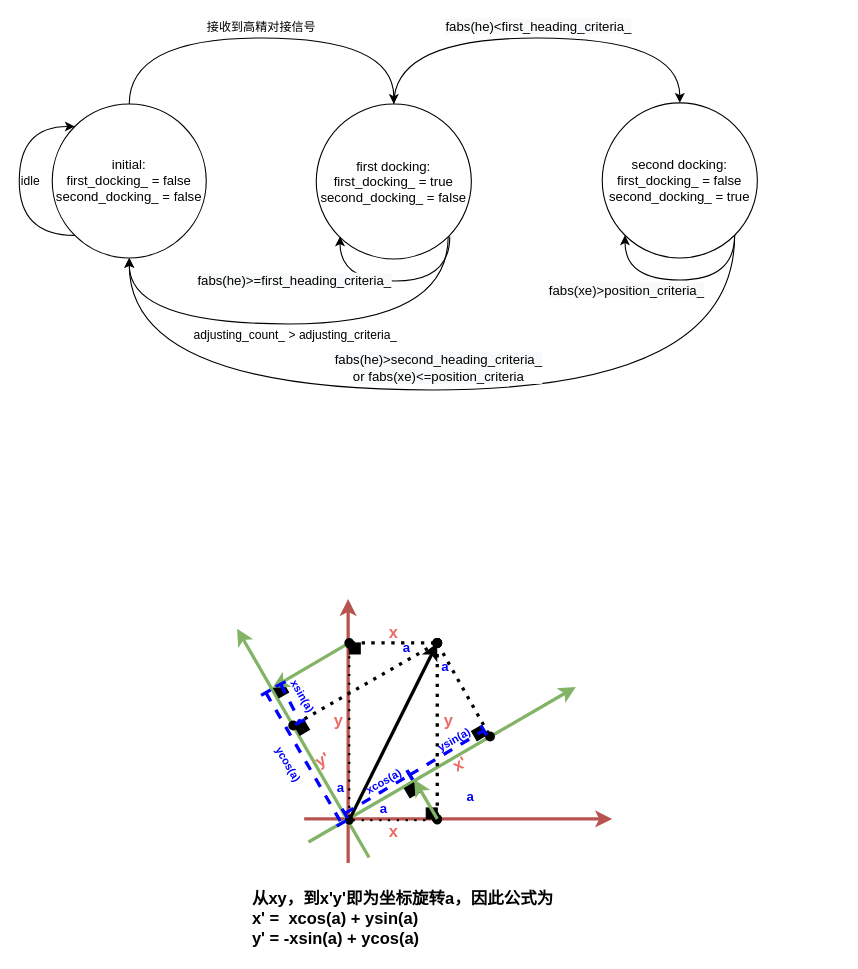
This is page "statemachine" (2 of 2) of precise_docking.drawio from Thousandsuny/Learning, a draw.io file, before an edit. Source tidied: cells renumbered, new cells numbered last; positions are measured from the earlier drawing's top-left corner, leaving out a move shared by most shapes. Both pictures are drawn from the tidied source at 110%, with x=0, y=0 at pixel (19, 37).
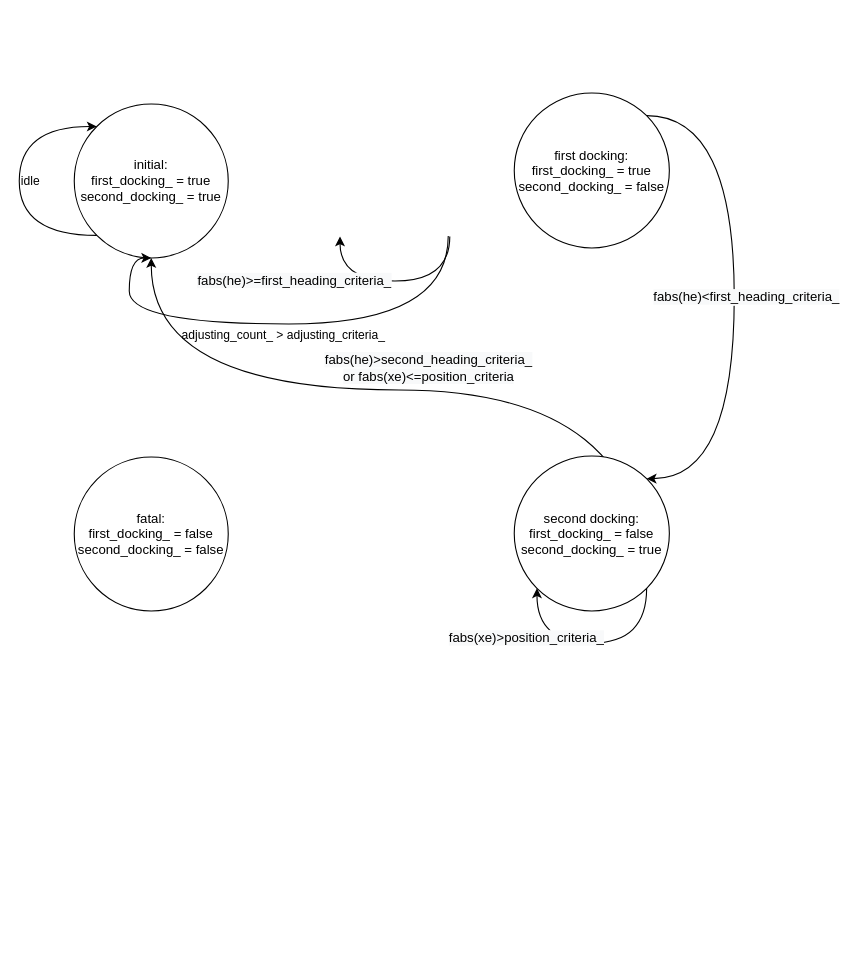
After the change.

Diff of the diagram source:
```diff
@@
-    <mxCell id="2" value="接收到高精对接信号" style="edgeStyle=orthogonalEdgeStyle;rounded=0;jettySize=auto;html=1;exitX=0.5;exitY=0;exitDx=0;exitDy=0;entryX=0.5;entryY=0;entryDx=0;entryDy=0;fontColor=#000000;curved=1;" parent="1" edge="1" source="3" target="6">
-      <mxGeometry y="10" relative="1" as="geometry">
-        <Array as="points">
-          <mxPoint x="100" />
-          <mxPoint x="341" />
-        </Array>
-      </mxGeometry>
-    </mxCell>
-    <mxCell id="3" value="&lt;font color=&quot;#000000&quot;&gt;initial:&lt;br&gt;&lt;/font&gt;&lt;span style=&quot;color: rgb(0, 0, 0); text-align: left;&quot;&gt;first_docking_ = false&lt;/span&gt;&lt;br style=&quot;color: rgb(0, 0, 0); text-align: left;&quot;&gt;&lt;span style=&quot;color: rgb(0, 0, 0); text-align: left;&quot;&gt;second_docking_ = false&lt;/span&gt;&lt;font color=&quot;#000000&quot;&gt;&lt;br&gt;&lt;/font&gt;" style="ellipse;whiteSpace=wrap;html=1;fontColor=#00FF00;" parent="1" vertex="1">
-      <mxGeometry x="30" y="60" width="140" height="140" as="geometry" />
+    <mxCell id="3" value="&lt;font color=&quot;#000000&quot;&gt;initial:&lt;br&gt;&lt;/font&gt;&lt;span style=&quot;color: rgb(0, 0, 0); text-align: left;&quot;&gt;first_docking_ = true&lt;/span&gt;&lt;br style=&quot;color: rgb(0, 0, 0); text-align: left;&quot;&gt;&lt;span style=&quot;color: rgb(0, 0, 0); text-align: left;&quot;&gt;second_docking_ = true&lt;/span&gt;&lt;font color=&quot;#000000&quot;&gt;&lt;br&gt;&lt;/font&gt;" style="ellipse;whiteSpace=wrap;html=1;fontColor=#00FF00;" parent="1" vertex="1">
+      <mxGeometry x="50" y="60" width="140" height="140" as="geometry" />
     </mxCell>
@@
-    <mxCell id="5" value="&lt;span style=&quot;color: rgb(0, 0, 0); font-family: Helvetica; font-size: 12px; font-style: normal; font-variant-ligatures: normal; font-variant-caps: normal; font-weight: 400; letter-spacing: normal; orphans: 2; text-align: center; text-indent: 0px; text-transform: none; widows: 2; word-spacing: 0px; -webkit-text-stroke-width: 0px; background-color: rgb(248, 249, 250); text-decoration-thickness: initial; text-decoration-style: initial; text-decoration-color: initial; float: none; display: inline !important;&quot;&gt;fabs(he)&amp;lt;&lt;/span&gt;&lt;span style=&quot;color: rgb(0, 0, 0); font-family: Helvetica; font-size: 12px; font-style: normal; font-variant-ligatures: normal; font-variant-caps: normal; font-weight: 400; letter-spacing: normal; orphans: 2; text-align: center; text-indent: 0px; text-transform: none; widows: 2; word-spacing: 0px; -webkit-text-stroke-width: 0px; background-color: rgb(248, 249, 250); text-decoration-thickness: initial; text-decoration-style: initial; text-decoration-color: initial; float: none; display: inline !important;&quot;&gt;first_heading_criteria_&lt;/span&gt;" style="edgeStyle=orthogonalEdgeStyle;curved=1;rounded=0;jettySize=auto;html=1;entryX=0.5;entryY=0;entryDx=0;entryDy=0;fontColor=#000000;exitX=0.5;exitY=0;exitDx=0;exitDy=0;" parent="1" edge="1" source="6" target="9">
+    <mxCell id="5" value="&lt;span style=&quot;color: rgb(0, 0, 0); font-family: Helvetica; font-size: 12px; font-style: normal; font-variant-ligatures: normal; font-variant-caps: normal; font-weight: 400; letter-spacing: normal; orphans: 2; text-align: center; text-indent: 0px; text-transform: none; widows: 2; word-spacing: 0px; -webkit-text-stroke-width: 0px; background-color: rgb(248, 249, 250); text-decoration-thickness: initial; text-decoration-style: initial; text-decoration-color: initial; float: none; display: inline !important;&quot;&gt;fabs(he)&amp;lt;&lt;/span&gt;&lt;span style=&quot;color: rgb(0, 0, 0); font-family: Helvetica; font-size: 12px; font-style: normal; font-variant-ligatures: normal; font-variant-caps: normal; font-weight: 400; letter-spacing: normal; orphans: 2; text-align: center; text-indent: 0px; text-transform: none; widows: 2; word-spacing: 0px; -webkit-text-stroke-width: 0px; background-color: rgb(248, 249, 250); text-decoration-thickness: initial; text-decoration-style: initial; text-decoration-color: initial; float: none; display: inline !important;&quot;&gt;first_heading_criteria_&lt;/span&gt;" style="edgeStyle=orthogonalEdgeStyle;curved=1;rounded=0;jettySize=auto;html=1;entryX=1;entryY=0;entryDx=0;entryDy=0;fontColor=#000000;exitX=1;exitY=0;exitDx=0;exitDy=0;" parent="1" edge="1" source="6" target="9">
       <mxGeometry y="10" relative="1" as="geometry">
         <Array as="points">
-          <mxPoint x="341" />
-          <mxPoint x="601" />
+          <mxPoint x="650" y="71" />
+          <mxPoint x="650" y="401" />
         </Array>
         <mxPoint x="1" as="offset" />
       </mxGeometry>
     </mxCell>
     <mxCell id="6" value="&lt;font color=&quot;#000000&quot;&gt;first&amp;nbsp;docking:&lt;br&gt;&lt;/font&gt;&lt;span style=&quot;color: rgb(0, 0, 0); text-align: left;&quot;&gt;first_docking_ = true&lt;/span&gt;&lt;br style=&quot;color: rgb(0, 0, 0); text-align: left;&quot;&gt;&lt;span style=&quot;color: rgb(0, 0, 0); text-align: left;&quot;&gt;second_docking_ = false&lt;/span&gt;&lt;font color=&quot;#000000&quot;&gt;&lt;br&gt;&lt;/font&gt;" style="ellipse;whiteSpace=wrap;html=1;fontColor=#00FF00;" parent="1" vertex="1">
-      <mxGeometry x="270" y="60" width="141" height="141" as="geometry" />
+      <mxGeometry x="450" y="50" width="141" height="141" as="geometry" />
     </mxCell>
@@
     <mxCell id="8" value="&lt;span style=&quot;font-size: 12px; background-color: rgb(248, 249, 250);&quot;&gt;fabs(he)&amp;gt;&lt;/span&gt;&lt;span style=&quot;font-size: 12px; background-color: rgb(248, 249, 250);&quot;&gt;second_heading_criteria_ &lt;br&gt;or fabs(xe)&amp;lt;=position_criteria&lt;br&gt;&lt;/span&gt;" style="edgeStyle=orthogonalEdgeStyle;curved=1;rounded=0;jettySize=auto;html=1;exitX=1;exitY=1;exitDx=0;exitDy=0;entryX=0.5;entryY=1;entryDx=0;entryDy=0;fontColor=#000000;" parent="1" edge="1" source="9" target="3">
       <mxGeometry x="0.01" y="-20" relative="1" as="geometry">
         <Array as="points">
-          <mxPoint x="650" y="320" />
-          <mxPoint x="100" y="320" />
+          <mxPoint x="570" y="320" />
+          <mxPoint x="120" y="320" />
         </Array>
       </mxGeometry>
     </mxCell>
     <mxCell id="9" value="&lt;font color=&quot;#000000&quot;&gt;second docking:&lt;br&gt;&lt;/font&gt;&lt;span style=&quot;color: rgb(0, 0, 0); text-align: left;&quot;&gt;first_docking_ = false&lt;/span&gt;&lt;br style=&quot;color: rgb(0, 0, 0); text-align: left;&quot;&gt;&lt;span style=&quot;color: rgb(0, 0, 0); text-align: left;&quot;&gt;second_docking_ = true&lt;/span&gt;&lt;font color=&quot;#000000&quot;&gt;&lt;br&gt;&lt;/font&gt;" style="ellipse;whiteSpace=wrap;html=1;fontColor=#00FF00;" parent="1" vertex="1">
-      <mxGeometry x="530" y="59" width="141" height="141" as="geometry" />
+      <mxGeometry x="450" y="380" width="141" height="141" as="geometry" />
     </mxCell>
     <mxCell id="10" value="&lt;span style=&quot;color: rgb(0, 0, 0); font-family: Helvetica; font-size: 12px; font-style: normal; font-variant-ligatures: normal; font-variant-caps: normal; font-weight: 400; letter-spacing: normal; orphans: 2; text-align: center; text-indent: 0px; text-transform: none; widows: 2; word-spacing: 0px; -webkit-text-stroke-width: 0px; background-color: rgb(248, 249, 250); text-decoration-thickness: initial; text-decoration-style: initial; text-decoration-color: initial; float: none; display: inline !important;&quot;&gt;fabs(xe)&amp;gt;&lt;/span&gt;&lt;span style=&quot;color: rgb(0, 0, 0); font-family: Helvetica; font-size: 12px; font-style: normal; font-variant-ligatures: normal; font-variant-caps: normal; font-weight: 400; letter-spacing: normal; orphans: 2; text-align: center; text-indent: 0px; text-transform: none; widows: 2; word-spacing: 0px; -webkit-text-stroke-width: 0px; background-color: rgb(248, 249, 250); text-decoration-thickness: initial; text-decoration-style: initial; text-decoration-color: initial; float: none; display: inline !important;&quot;&gt;position_criteria_&lt;/span&gt;" style="edgeStyle=orthogonalEdgeStyle;curved=1;rounded=0;orthogonalLoop=1;jettySize=auto;html=1;exitX=1;exitY=1;exitDx=0;exitDy=0;entryX=0;entryY=1;entryDx=0;entryDy=0;fontColor=#000000;" parent="1" edge="1" source="9" target="9">
       <mxGeometry x="0.54" y="10" relative="1" as="geometry">
         <Array as="points">
-          <mxPoint x="650" y="220" />
-          <mxPoint x="550" y="220" />
-          <mxPoint x="550" y="179" />
+          <mxPoint x="570" y="550" />
+          <mxPoint x="471" y="550" />
         </Array>
       </mxGeometry>
     </mxCell>
@@
-    <mxCell id="12" style="group;" parent="1" vertex="1">
-      <mxGeometry x="210" y="510" width="329" height="320" as="geometry" />
-    </mxCell>
-    <mxCell id="13" style="group;" parent="12" vertex="1">
-      <mxGeometry x="49" width="280" height="240" as="geometry" />
-    </mxCell>
-    <mxCell id="14" style="endArrow=classic;html=1;rounded=0;fontSize=10;fillColor=#f8cecc;strokeColor=#b85450;strokeWidth=3;" parent="13" edge="1">
-      <mxGeometry relative="1" as="geometry">
-        <mxPoint x="40" y="240" as="sourcePoint" />
-        <mxPoint x="40" as="targetPoint" />
-      </mxGeometry>
-    </mxCell>
-    <mxCell id="15" style="endArrow=classic;html=1;rounded=0;fontSize=10;fillColor=#f8cecc;strokeColor=#b85450;strokeWidth=3;" parent="13" edge="1">
-      <mxGeometry relative="1" as="geometry">
-        <mxPoint y="200" as="sourcePoint" />
-        <mxPoint x="280" y="200" as="targetPoint" />
-      </mxGeometry>
-    </mxCell>
-    <mxCell id="16" style="group;rotation=-30;direction=west;" parent="13" vertex="1">
-      <mxGeometry x="-54" y="-39" width="280" height="260" as="geometry" />
-    </mxCell>
-    <mxCell id="17" style="endArrow=classic;html=1;rounded=0;fontSize=10;strokeWidth=3;fillColor=#d5e8d4;strokeColor=#82b366;" parent="16" edge="1">
-      <mxGeometry relative="1" as="geometry">
-        <mxPoint x="58" y="260" as="sourcePoint" />
-        <mxPoint x="301" y="119" as="targetPoint" />
-      </mxGeometry>
-    </mxCell>
-    <mxCell id="18" style="endArrow=classic;html=1;rounded=0;fontSize=10;fillColor=#d5e8d4;strokeColor=#82b366;strokeWidth=3;" parent="16" edge="1">
-      <mxGeometry relative="1" as="geometry">
-        <mxPoint x="113" y="274" as="sourcePoint" />
-        <mxPoint x="-7" y="66" as="targetPoint" />
-      </mxGeometry>
-    </mxCell>
-    <mxCell id="19" style="endArrow=classic;html=1;rounded=0;shadow=0;sketch=0;fontSize=10;strokeColor=default;strokeWidth=3;jumpStyle=none;" parent="16" edge="1">
-      <mxGeometry relative="1" as="geometry">
-        <mxPoint x="95" y="240" as="sourcePoint" />
-        <mxPoint x="175" y="79" as="targetPoint" />
-      </mxGeometry>
-    </mxCell>
-    <mxCell id="20" value="&lt;font style=&quot;font-size: 12px&quot; color=&quot;#0000ff&quot;&gt;&lt;b&gt;a&lt;/b&gt;&lt;/font&gt;" style="text;html=1;align=center;verticalAlign=middle;strokeColor=none;fillColor=none;fontSize=10;" parent="16" vertex="1">
-      <mxGeometry x="195" y="209" width="20" height="20" as="geometry" />
-    </mxCell>
-    <mxCell id="21" style="endArrow=oval;dashed=1;html=1;dashPattern=1 2;strokeWidth=3;rounded=0;shadow=0;sketch=0;fontSize=10;curved=1;jumpStyle=arc;endFill=1;startArrow=oval;startFill=1;strokeColor=#000000;fillColor=#d5e8d4;" parent="16" edge="1">
-      <mxGeometry relative="1" as="geometry">
-        <mxPoint x="175" y="239" as="sourcePoint" />
-        <mxPoint x="175" y="79" as="targetPoint" />
-      </mxGeometry>
-    </mxCell>
-    <mxCell id="22" style="endArrow=oval;dashed=1;html=1;dashPattern=1 3;strokeWidth=2;rounded=0;shadow=0;sketch=0;fontSize=10;curved=1;jumpStyle=arc;endFill=1;startArrow=oval;startFill=1;" parent="16" edge="1">
-      <mxGeometry relative="1" as="geometry">
-        <mxPoint x="95" y="240" as="sourcePoint" />
-        <mxPoint x="95" y="80" as="targetPoint" />
-      </mxGeometry>
-    </mxCell>
-    <mxCell id="23" style="endArrow=oval;dashed=1;html=1;dashPattern=1 3;strokeWidth=2;rounded=0;shadow=0;sketch=0;fontSize=10;curved=1;jumpStyle=arc;endFill=1;startArrow=oval;startFill=1;" parent="16" edge="1">
-      <mxGeometry relative="1" as="geometry">
-        <mxPoint x="175" y="240" as="sourcePoint" />
-        <mxPoint x="95" y="240" as="targetPoint" />
-      </mxGeometry>
-    </mxCell>
-    <mxCell id="24" value="&lt;font style=&quot;font-size: 15px&quot; color=&quot;#ea6b66&quot;&gt;&lt;b&gt;y&lt;/b&gt;&lt;/font&gt;" style="text;html=1;align=center;verticalAlign=middle;strokeColor=none;fillColor=none;fontSize=10;" parent="16" vertex="1">
-      <mxGeometry x="75" y="139" width="20" height="20" as="geometry" />
-    </mxCell>
-    <mxCell id="25" value="&lt;font style=&quot;font-size: 15px&quot; color=&quot;#ea6b66&quot;&gt;&lt;b&gt;x&lt;/b&gt;&lt;/font&gt;" style="text;html=1;align=center;verticalAlign=middle;strokeColor=none;fillColor=none;fontSize=10;" parent="16" vertex="1">
-      <mxGeometry x="125" y="59" width="20" height="20" as="geometry" />
-    </mxCell>
-    <mxCell id="26" value="&lt;font style=&quot;font-size: 15px&quot; color=&quot;#ea6b66&quot;&gt;&lt;b&gt;y&lt;/b&gt;&lt;/font&gt;" style="text;html=1;align=center;verticalAlign=middle;strokeColor=none;fillColor=none;fontSize=10;" parent="16" vertex="1">
-      <mxGeometry x="175" y="139" width="20" height="20" as="geometry" />
-    </mxCell>
-    <mxCell id="27" value="&lt;font style=&quot;font-size: 15px&quot; color=&quot;#ea6b66&quot;&gt;&lt;b&gt;x&lt;/b&gt;&lt;/font&gt;" style="text;html=1;align=center;verticalAlign=middle;strokeColor=none;fillColor=none;fontSize=10;" parent="16" vertex="1">
-      <mxGeometry x="125" y="240" width="20" height="20" as="geometry" />
-    </mxCell>
-    <mxCell id="28" style="endArrow=oval;html=1;rounded=0;fontSize=10;strokeWidth=3;fillColor=#d5e8d4;strokeColor=#000000;endFill=1;startArrow=oval;startFill=1;dashed=1;dashPattern=1 2;" parent="16" edge="1">
-      <mxGeometry relative="1" as="geometry">
-        <mxPoint x="44" y="154" as="sourcePoint" />
-        <mxPoint x="175" y="79" as="targetPoint" />
-      </mxGeometry>
-    </mxCell>
-    <mxCell id="29" style="endArrow=oval;html=1;rounded=0;fontSize=10;fillColor=#d5e8d4;strokeColor=#000000;strokeWidth=3;endFill=1;startArrow=oval;startFill=1;dashed=1;dashPattern=1 2;" parent="16" edge="1">
-      <mxGeometry relative="1" as="geometry">
-        <mxPoint x="223" y="164" as="sourcePoint" />
-        <mxPoint x="175" y="79" as="targetPoint" />
-      </mxGeometry>
-    </mxCell>
-    <mxCell id="30" style="whiteSpace=wrap;html=1;labelBackgroundColor=#FFFFFF;fontSize=15;fontColor=#EA6B66;fillColor=#000000;" parent="16" vertex="1">
-      <mxGeometry x="165" y="229" width="10" height="10" as="geometry" />
-    </mxCell>
-    <mxCell id="31" style="whiteSpace=wrap;html=1;labelBackgroundColor=#FFFFFF;fontSize=15;fontColor=#EA6B66;fillColor=#000000;" parent="16" vertex="1">
-      <mxGeometry x="95" y="79" width="10" height="10" as="geometry" />
-    </mxCell>
-    <mxCell id="32" style="whiteSpace=wrap;html=1;labelBackgroundColor=#FFFFFF;fontSize=15;fontColor=#EA6B66;fillColor=#000000;rotation=60;" parent="16" vertex="1">
-      <mxGeometry x="208" y="156" width="10" height="10" as="geometry" />
-    </mxCell>
-    <mxCell id="33" value="&lt;font style=&quot;font-size: 15px&quot; color=&quot;#ea6b66&quot;&gt;&lt;b&gt;x'&lt;/b&gt;&lt;/font&gt;" style="text;html=1;align=center;verticalAlign=middle;strokeColor=none;fillColor=none;fontSize=10;rotation=-30;" parent="16" vertex="1">
-      <mxGeometry x="180" y="179" width="30" height="20" as="geometry" />
-    </mxCell>
-    <mxCell id="34" style="whiteSpace=wrap;html=1;labelBackgroundColor=#FFFFFF;fontSize=15;fontColor=#EA6B66;fillColor=#000000;direction=south;rotation=-30;" parent="16" vertex="1">
-      <mxGeometry x="147" y="208" width="10" height="10" as="geometry" />
-    </mxCell>
-    <mxCell id="35" style="endArrow=classic;html=1;rounded=0;fontSize=10;fillColor=#d5e8d4;strokeColor=#82b366;strokeWidth=3;" parent="16" edge="1">
-      <mxGeometry relative="1" as="geometry">
-        <mxPoint x="175" y="239" as="sourcePoint" />
-        <mxPoint x="154" y="203" as="targetPoint" />
-      </mxGeometry>
-    </mxCell>
-    <mxCell id="36" style="whiteSpace=wrap;html=1;labelBackgroundColor=#FFFFFF;fontSize=15;fontColor=#EA6B66;fillColor=#000000;rotation=60;" parent="16" vertex="1">
-      <mxGeometry x="28" y="117" width="10" height="10" as="geometry" />
-    </mxCell>
-    <mxCell id="37" style="endArrow=classic;html=1;rounded=0;fontSize=10;strokeWidth=3;fillColor=#d5e8d4;strokeColor=#82b366;" parent="16" edge="1">
-      <mxGeometry relative="1" as="geometry">
-        <mxPoint x="95" y="79" as="sourcePoint" />
-        <mxPoint x="25" y="120" as="targetPoint" />
-      </mxGeometry>
-    </mxCell>
-    <mxCell id="38" style="endArrow=baseDash;html=1;rounded=0;fontSize=10;strokeWidth=3;fillColor=#d5e8d4;strokeColor=#0000FF;endFill=0;startArrow=baseDash;startFill=0;dashed=1;" parent="16" edge="1">
-      <mxGeometry relative="1" as="geometry">
-        <mxPoint x="91" y="234" as="sourcePoint" />
-        <mxPoint x="150" y="199" as="targetPoint" />
-      </mxGeometry>
-    </mxCell>
-    <mxCell id="39" style="endArrow=baseDash;html=1;rounded=0;fontSize=10;strokeWidth=3;fillColor=#d5e8d4;strokeColor=#0000FF;endFill=0;startArrow=baseDash;startFill=0;dashed=1;entryX=0.5;entryY=0;entryDx=0;entryDy=0;" parent="16" edge="1" target="32">
-      <mxGeometry relative="1" as="geometry">
-        <mxPoint x="150" y="199" as="sourcePoint" />
-      </mxGeometry>
-    </mxCell>
-    <mxCell id="40" value="&lt;font size=&quot;1&quot; color=&quot;#0000ff&quot;&gt;&lt;b&gt;xcos(a)&lt;/b&gt;&lt;/font&gt;" style="text;html=1;align=center;verticalAlign=middle;strokeColor=none;fillColor=none;fontSize=10;rotation=-30;" parent="16" vertex="1">
-      <mxGeometry x="101" y="195" width="50" height="20" as="geometry" />
-    </mxCell>
-    <mxCell id="41" value="&lt;font size=&quot;1&quot; color=&quot;#0000ff&quot;&gt;&lt;b&gt;ysin(a)&lt;/b&gt;&lt;/font&gt;" style="text;html=1;align=center;verticalAlign=middle;strokeColor=none;fillColor=none;fontSize=10;rotation=-30;" parent="16" vertex="1">
-      <mxGeometry x="165" y="157" width="50" height="20" as="geometry" />
-    </mxCell>
-    <mxCell id="42" value="&lt;font style=&quot;font-size: 15px&quot; color=&quot;#ea6b66&quot;&gt;&lt;b&gt;y'&lt;/b&gt;&lt;/font&gt;" style="text;html=1;align=center;verticalAlign=middle;strokeColor=none;fillColor=none;fontSize=10;rotation=-30;" parent="16" vertex="1">
-      <mxGeometry x="55" y="175" width="30" height="20" as="geometry" />
-    </mxCell>
-    <mxCell id="43" value="&lt;font size=&quot;1&quot; color=&quot;#0000ff&quot;&gt;&lt;b&gt;xsin(a)&lt;/b&gt;&lt;/font&gt;" style="text;html=1;align=center;verticalAlign=middle;strokeColor=none;fillColor=none;fontSize=10;rotation=60;" parent="16" vertex="1">
-      <mxGeometry x="28" y="117" width="50" height="20" as="geometry" />
-    </mxCell>
-    <mxCell id="44" value="&lt;font size=&quot;1&quot; color=&quot;#0000ff&quot;&gt;&lt;b&gt;ycos(a)&lt;/b&gt;&lt;/font&gt;" style="text;html=1;align=center;verticalAlign=middle;strokeColor=none;fillColor=none;fontSize=10;rotation=60;" parent="16" vertex="1">
-      <mxGeometry x="15" y="179" width="50" height="20" as="geometry" />
-    </mxCell>
-    <mxCell id="45" value="&lt;font style=&quot;font-size: 12px&quot; color=&quot;#0000ff&quot;&gt;&lt;b&gt;a&lt;/b&gt;&lt;/font&gt;" style="text;html=1;align=center;verticalAlign=middle;strokeColor=none;fillColor=none;fontSize=10;" parent="16" vertex="1">
-      <mxGeometry x="116" y="220" width="20" height="20" as="geometry" />
-    </mxCell>
-    <mxCell id="46" value="&lt;font style=&quot;font-size: 12px&quot; color=&quot;#0000ff&quot;&gt;&lt;b&gt;a&lt;/b&gt;&lt;/font&gt;" style="text;html=1;align=center;verticalAlign=middle;strokeColor=none;fillColor=none;fontSize=10;" parent="16" vertex="1">
-      <mxGeometry x="172" y="91" width="20" height="20" as="geometry" />
-    </mxCell>
-    <mxCell id="47" value="&lt;font style=&quot;font-size: 12px&quot; color=&quot;#0000ff&quot;&gt;&lt;b&gt;a&lt;/b&gt;&lt;/font&gt;" style="text;html=1;align=center;verticalAlign=middle;strokeColor=none;fillColor=none;fontSize=10;" parent="16" vertex="1">
-      <mxGeometry x="137" y="74" width="20" height="20" as="geometry" />
-    </mxCell>
-    <mxCell id="48" value="&lt;font style=&quot;font-size: 12px&quot; color=&quot;#0000ff&quot;&gt;&lt;b&gt;a&lt;/b&gt;&lt;/font&gt;" style="text;html=1;align=center;verticalAlign=middle;strokeColor=none;fillColor=none;fontSize=10;" parent="16" vertex="1">
-      <mxGeometry x="77" y="201" width="20" height="20" as="geometry" />
-    </mxCell>
-    <mxCell id="49" style="whiteSpace=wrap;html=1;labelBackgroundColor=#FFFFFF;fontSize=15;fontColor=#EA6B66;fillColor=#000000;direction=south;rotation=-30;" parent="13" vertex="1">
-      <mxGeometry x="-7" y="112" width="10" height="10" as="geometry" />
-    </mxCell>
-    <mxCell id="50" style="endArrow=oval;dashed=1;html=1;dashPattern=1 2;strokeWidth=3;rounded=0;shadow=0;sketch=0;fontSize=10;curved=1;jumpStyle=arc;endFill=1;startArrow=oval;startFill=1;strokeColor=#000000;fillColor=#d5e8d4;" parent="12" edge="1">
-      <mxGeometry relative="1" as="geometry">
-        <mxPoint x="170" y="40" as="sourcePoint" />
-        <mxPoint x="90" y="40" as="targetPoint" />
-      </mxGeometry>
-    </mxCell>
-    <mxCell id="51" style="endArrow=baseDash;html=1;rounded=0;fontSize=10;strokeWidth=3;fillColor=#d5e8d4;strokeColor=#0000FF;endFill=0;startArrow=baseDash;startFill=0;dashed=1;entryX=0;entryY=0.75;entryDx=0;entryDy=0;exitX=0;exitY=0.25;exitDx=0;exitDy=0;" parent="12" edge="1" source="36">
-      <mxGeometry relative="1" as="geometry">
-        <mxPoint x="45.3" y="111.9" as="targetPoint" />
-      </mxGeometry>
-    </mxCell>
-    <mxCell id="52" style="endArrow=baseDash;html=1;rounded=0;fontSize=10;strokeWidth=3;fillColor=#d5e8d4;strokeColor=#0000FF;endFill=0;startArrow=baseDash;startFill=0;dashed=1;exitX=0;exitY=1;exitDx=0;exitDy=0;" parent="12" edge="1">
-      <mxGeometry relative="1" as="geometry">
-        <mxPoint x="14.2" y="85.2" as="sourcePoint" />
-        <mxPoint x="83" y="204" as="targetPoint" />
-      </mxGeometry>
-    </mxCell>
-    <mxCell id="53" value="从xy，到x'y'即为坐标旋转a，因此公式为&lt;br style=&quot;font-size: 15px&quot;&gt;x' =&amp;nbsp; xcos(a) + ysin(a)&lt;br style=&quot;font-size: 15px&quot;&gt;y' = -xsin(a) + ycos(a)" style="text;html=1;align=left;verticalAlign=middle;strokeColor=none;fillColor=none;fontSize=15;fontColor=#000000;fontStyle=1;" parent="12" vertex="1">
-      <mxGeometry y="260" width="290" height="60" as="geometry" />
-    </mxCell>
+    <mxCell id="54" value="&lt;font color=&quot;#000000&quot;&gt;fatal:&lt;br&gt;&lt;/font&gt;&lt;span style=&quot;color: rgb(0, 0, 0); text-align: left;&quot;&gt;first_docking_ = false&lt;/span&gt;&lt;br style=&quot;color: rgb(0, 0, 0); text-align: left;&quot;&gt;&lt;span style=&quot;color: rgb(0, 0, 0); text-align: left;&quot;&gt;second_docking_ = false&lt;/span&gt;&lt;font color=&quot;#000000&quot;&gt;&lt;br&gt;&lt;/font&gt;" style="ellipse;whiteSpace=wrap;html=1;fontColor=#00FF00;" parent="1" vertex="1">
+      <mxGeometry x="50" y="381" width="140" height="140" as="geometry" />
+    </mxCell>
```
